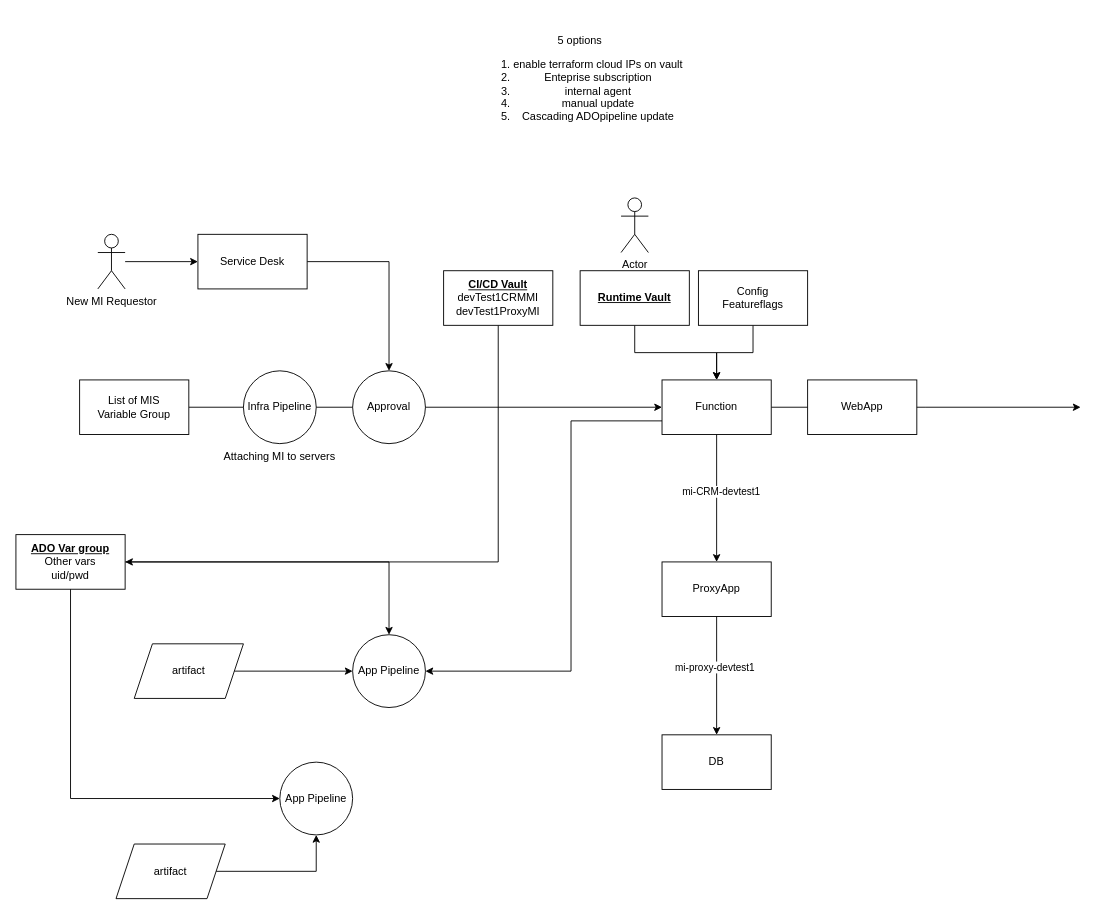
Earlier version of the draw.io diagram infra/VaultConfigMI.drawio (vjavle/invoicecloud). Source tidied: cells renumbered, new cells numbered last; positions are measured from the earlier drawing's top-left corner, leaving out a move shared by most shapes. Both pictures are drawn from the tidied source at 91%, with x=0, y=0 at pixel (15, 15).
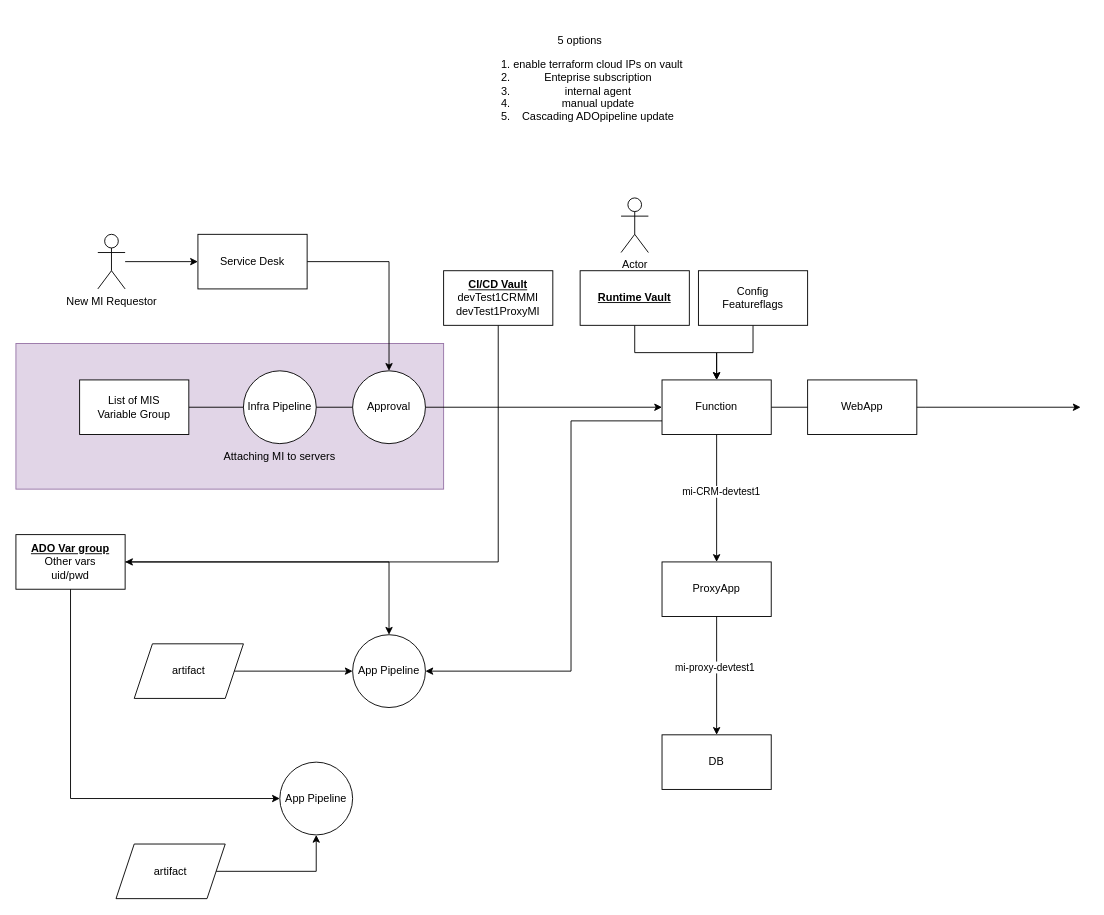
After the change.

The edit, as a diff of the source:
```diff
@@
+    <mxCell id="38" style="rounded=0;whiteSpace=wrap;html=1;fillColor=#e1d5e7;strokeColor=#9673a6;" parent="1" vertex="1">
+      <mxGeometry y="360" width="470" height="160" as="geometry" />
+    </mxCell>
```
